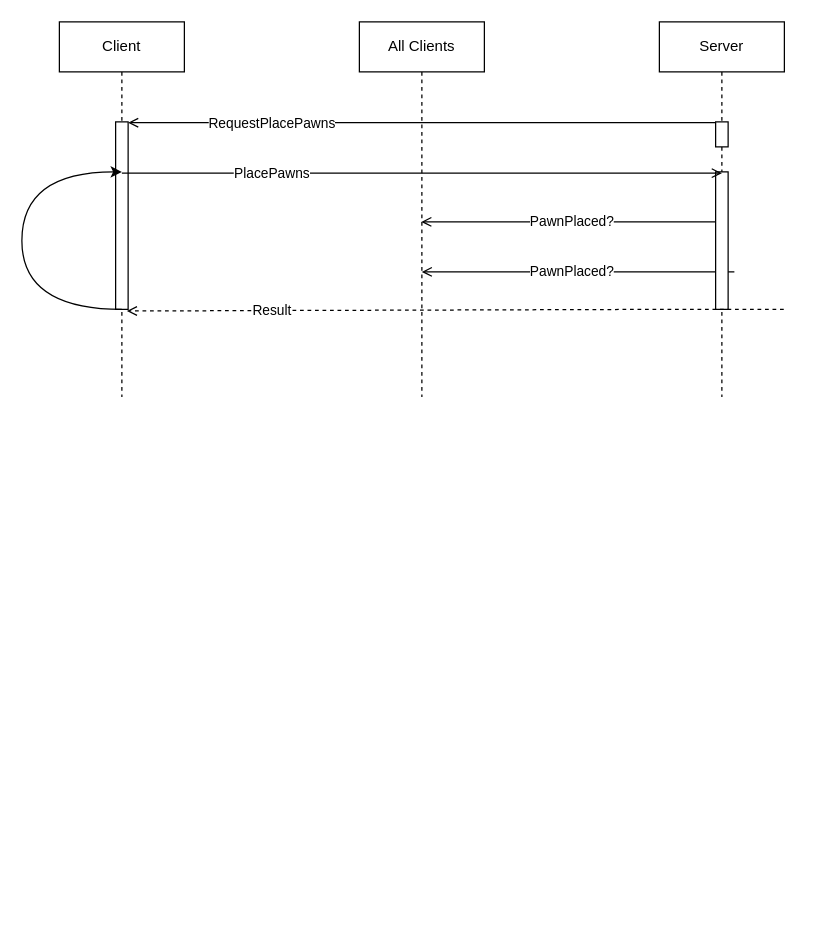
imDema/ing-sw-2020-Centurelli-DeMartini-Deori keeps this draw.io diagram as page "Page-2" (2 of 4) of uml/communication.drawio. Above is the earlier version. Source tidied: cells renumbered, new cells numbered last; positions are measured from the earlier drawing's top-left corner, leaving out a move shared by most shapes. Both pictures are drawn from the tidied source at 125%, with x=0, y=0 at pixel (21, 21).
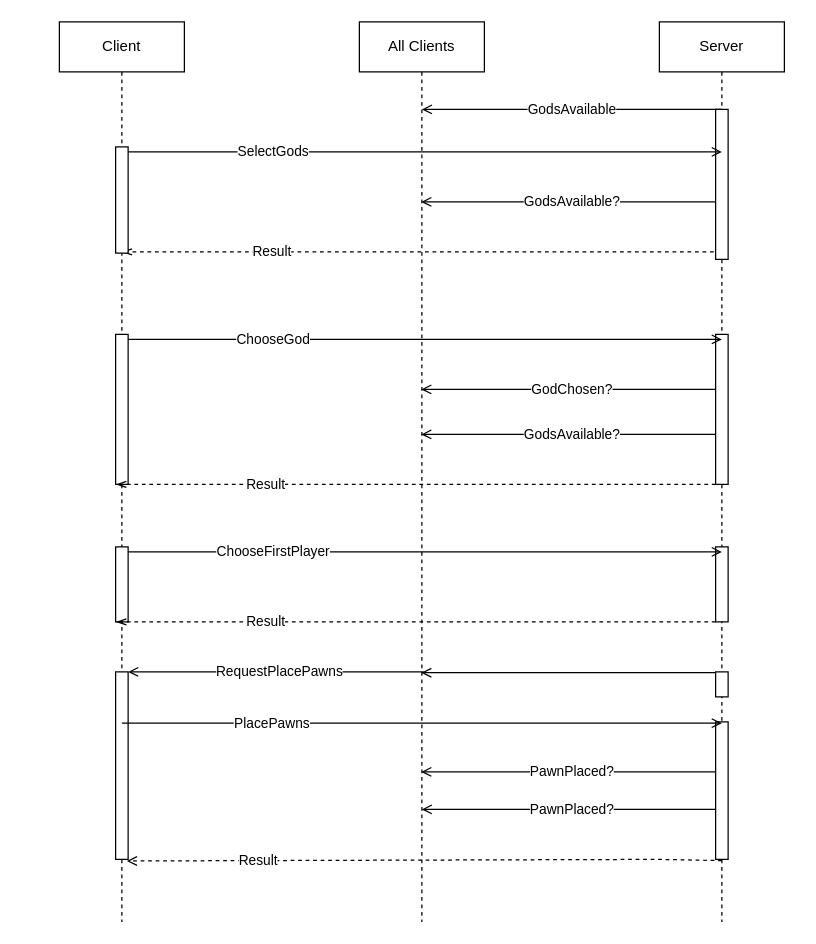
The same diagram, later.

What changed in the source:
```diff
@@
-    <mxCell id="2" value="PawnPlaced?" style="edgeStyle=none;rounded=0;jettySize=auto;html=1;endArrow=open;endFill=0;" parent="1" edge="1" target="11">
+    <mxCell id="2" value="PawnPlaced?" style="edgeStyle=none;rounded=0;orthogonalLoop=1;jettySize=auto;html=1;endArrow=open;endFill=0;" parent="1" edge="1">
       <mxGeometry relative="1" as="geometry">
-        <mxPoint x="560" y="160" as="sourcePoint" />
+        <mxPoint x="560" y="600" as="sourcePoint" />
+        <mxPoint x="319.5" y="600" as="targetPoint" />
       </mxGeometry>
     </mxCell>
     <mxCell id="3" value="PawnPlaced?" style="edgeStyle=none;rounded=0;orthogonalLoop=1;jettySize=auto;html=1;endArrow=open;endFill=0;" parent="1" edge="1">
-      <mxGeometry x="0.08" relative="1" as="geometry">
-        <mxPoint x="560" y="200" as="sourcePoint" />
-        <mxPoint x="319.9" y="200" as="targetPoint" />
-        <Array as="points">
-          <mxPoint x="570" y="200" />
-        </Array>
+      <mxGeometry relative="1" as="geometry">
+        <mxPoint x="560" y="630" as="sourcePoint" />
+        <mxPoint x="319.9" y="630" as="targetPoint" />
       </mxGeometry>
     </mxCell>
-    <mxCell id="4" value="RequestPlacePawns" style="edgeStyle=none;rounded=0;jettySize=auto;html=1;endArrow=open;endFill=0;exitX=0.1;exitY=0.033;exitDx=0;exitDy=0;exitPerimeter=0;" parent="1" edge="1" source="9" target="6">
-      <mxGeometry x="0.51" relative="1" as="geometry" />
+    <mxCell id="4" style="edgeStyle=none;rounded=0;jettySize=auto;html=1;endArrow=open;endFill=0;exitX=0.1;exitY=0.033;exitDx=0;exitDy=0;exitPerimeter=0;" parent="1" edge="1" source="9" target="11">
+      <mxGeometry x="-0.02" relative="1" as="geometry" />
     </mxCell>
     <mxCell id="5" value="Client" style="shape=umlLifeline;perimeter=lifelinePerimeter;whiteSpace=wrap;html=1;" parent="1" vertex="1">
-      <mxGeometry x="30" width="100" height="300" as="geometry" />
+      <mxGeometry x="30" width="100" height="720" as="geometry" />
     </mxCell>
     <mxCell id="6" style="html=1;points=[];perimeter=orthogonalPerimeter;" parent="5" vertex="1">
-      <mxGeometry x="45" y="80" width="10" height="150" as="geometry" />
+      <mxGeometry x="45" y="520" width="10" height="150" as="geometry" />
     </mxCell>
-    <mxCell id="7" style="endArrow=classic;html=1;edgeStyle=elbowEdgeStyle;curved=1;" parent="5" edge="1">
-      <mxGeometry relative="1" as="geometry">
-        <mxPoint x="50" y="230" as="sourcePoint" />
-        <mxPoint x="50" y="120" as="targetPoint" />
-        <Array as="points">
-          <mxPoint x="-30" y="180" />
-        </Array>
-      </mxGeometry>
-    </mxCell>
     <mxCell id="8" value="Server&lt;br&gt;" style="shape=umlLifeline;perimeter=lifelinePerimeter;whiteSpace=wrap;html=1;" parent="1" vertex="1">
-      <mxGeometry x="510" width="100" height="300" as="geometry" />
+      <mxGeometry x="510" width="100" height="720" as="geometry" />
     </mxCell>
     <mxCell id="9" style="html=1;points=[];perimeter=orthogonalPerimeter;" parent="8" vertex="1">
-      <mxGeometry x="45" y="80" width="10" height="20" as="geometry" />
+      <mxGeometry x="45" y="520" width="10" height="20" as="geometry" />
     </mxCell>
     <mxCell id="10" style="html=1;perimeter=orthogonalPerimeter;" parent="8" vertex="1">
-      <mxGeometry x="45" y="120" width="10" height="110" as="geometry" />
+      <mxGeometry x="45" y="560" width="10" height="110" as="geometry" />
     </mxCell>
     <mxCell id="11" value="All Clients" style="shape=umlLifeline;perimeter=lifelinePerimeter;whiteSpace=wrap;html=1;outlineConnect=0;" parent="1" vertex="1">
-      <mxGeometry x="270" width="100" height="300" as="geometry" />
+      <mxGeometry x="270" width="100" height="720" as="geometry" />
     </mxCell>
     <mxCell id="12" value="Result" style="edgeStyle=none;rounded=0;orthogonalLoop=1;jettySize=auto;html=1;dashed=1;endArrow=open;endFill=0;entryX=0.9;entryY=0.043;entryDx=0;entryDy=0;entryPerimeter=0;" parent="1" edge="1">
       <mxGeometry x="0.56" relative="1" as="geometry">
-        <mxPoint x="609.5" y="230" as="sourcePoint" />
-        <mxPoint x="84" y="231.3" as="targetPoint" />
+        <mxPoint x="560" y="671" as="sourcePoint" />
+        <mxPoint x="84" y="671.3" as="targetPoint" />
         <Array as="points">
-          <mxPoint x="510" y="230" />
+          <mxPoint x="510" y="670" />
         </Array>
       </mxGeometry>
     </mxCell>
     <mxCell id="13" value="PlacePawns" style="edgeStyle=none;rounded=0;orthogonalLoop=1;jettySize=auto;html=1;endArrow=open;endFill=0;" parent="1" edge="1">
       <mxGeometry x="-0.5" relative="1" as="geometry">
-        <mxPoint x="80" y="121" as="sourcePoint" />
-        <mxPoint x="560" y="121" as="targetPoint" />
+        <mxPoint x="80" y="561" as="sourcePoint" />
+        <mxPoint x="560" y="561" as="targetPoint" />
       </mxGeometry>
     </mxCell>
+    <mxCell id="14" value="GodsAvailable?" style="edgeStyle=none;rounded=0;orthogonalLoop=1;jettySize=auto;html=1;endArrow=open;endFill=0;" parent="1" edge="1">
+      <mxGeometry x="0.24" relative="1" as="geometry">
+        <mxPoint x="474.5" y="330" as="sourcePoint" />
+        <mxPoint x="319.5" y="330" as="targetPoint" />
+        <Array as="points">
+          <mxPoint x="555" y="330" />
+        </Array>
+      </mxGeometry>
+    </mxCell>
+    <mxCell id="15" value="GodChosen?" style="edgeStyle=none;rounded=0;orthogonalLoop=1;jettySize=auto;html=1;endArrow=open;endFill=0;" parent="1" edge="1">
+      <mxGeometry x="0.25" relative="1" as="geometry">
+        <mxPoint x="480" y="294" as="sourcePoint" />
+        <mxPoint x="319.5" y="294" as="targetPoint" />
+        <Array as="points">
+          <mxPoint x="560" y="294" />
+        </Array>
+      </mxGeometry>
+    </mxCell>
+    <mxCell id="16" style="html=1;perimeter=orthogonalPerimeter;" parent="1" vertex="1">
+      <mxGeometry x="555" y="250" width="10" height="120" as="geometry" />
+    </mxCell>
+    <mxCell id="17" value="ChooseGod" style="rounded=0;orthogonalLoop=1;jettySize=auto;html=1;endArrow=open;endFill=0;" parent="1" edge="1">
+      <mxGeometry x="-0.51" relative="1" as="geometry">
+        <mxPoint x="84.5" y="254" as="sourcePoint" />
+        <mxPoint x="560" y="254" as="targetPoint" />
+      </mxGeometry>
+    </mxCell>
+    <mxCell id="18" style="html=1;perimeter=orthogonalPerimeter;" parent="1" vertex="1">
+      <mxGeometry x="75" y="250" width="10" height="120" as="geometry" />
+    </mxCell>
+    <mxCell id="19" value="GodsAvailable" style="edgeStyle=none;rounded=0;orthogonalLoop=1;jettySize=auto;html=1;endArrow=open;endFill=0;" parent="1" edge="1">
+      <mxGeometry relative="1" as="geometry">
+        <mxPoint x="560" y="70" as="sourcePoint" />
+        <mxPoint x="320" y="70" as="targetPoint" />
+      </mxGeometry>
+    </mxCell>
+    <mxCell id="20" value="Result" style="rounded=0;orthogonalLoop=1;jettySize=auto;html=1;endArrow=openThin;endFill=0;dashed=1;" parent="1" edge="1">
+      <mxGeometry x="0.5" relative="1" as="geometry">
+        <mxPoint x="559.5" y="184" as="sourcePoint" />
+        <mxPoint x="80" y="184" as="targetPoint" />
+      </mxGeometry>
+    </mxCell>
+    <mxCell id="21" value="GodsAvailable?" style="edgeStyle=none;rounded=0;orthogonalLoop=1;jettySize=auto;html=1;endArrow=open;endFill=0;" parent="1" edge="1">
+      <mxGeometry x="0.25" relative="1" as="geometry">
+        <mxPoint x="480" y="144" as="sourcePoint" />
+        <mxPoint x="319.5" y="144" as="targetPoint" />
+        <Array as="points">
+          <mxPoint x="560" y="144" />
+        </Array>
+      </mxGeometry>
+    </mxCell>
+    <mxCell id="22" style="html=1;perimeter=orthogonalPerimeter;" parent="1" vertex="1">
+      <mxGeometry x="555" y="70" width="10" height="120" as="geometry" />
+    </mxCell>
+    <mxCell id="23" value="SelectGods" style="rounded=0;orthogonalLoop=1;jettySize=auto;html=1;endArrow=open;endFill=0;" parent="1" edge="1">
+      <mxGeometry x="-0.51" relative="1" as="geometry">
+        <mxPoint x="84.5" y="104" as="sourcePoint" />
+        <mxPoint x="560" y="104" as="targetPoint" />
+      </mxGeometry>
+    </mxCell>
+    <mxCell id="24" style="html=1;perimeter=orthogonalPerimeter;" parent="1" vertex="1">
+      <mxGeometry x="75" y="100" width="10" height="85" as="geometry" />
+    </mxCell>
+    <mxCell id="25" value="Result" style="rounded=0;orthogonalLoop=1;jettySize=auto;html=1;endArrow=openThin;endFill=0;dashed=1;" parent="1" edge="1">
+      <mxGeometry x="0.5" relative="1" as="geometry">
+        <mxPoint x="555" y="370" as="sourcePoint" />
+        <mxPoint x="75.5" y="370" as="targetPoint" />
+      </mxGeometry>
+    </mxCell>
+    <mxCell id="26" style="html=1;perimeter=orthogonalPerimeter;" parent="1" vertex="1">
+      <mxGeometry x="555" y="420" width="10" height="60" as="geometry" />
+    </mxCell>
+    <mxCell id="27" value="ChooseFirstPlayer" style="rounded=0;orthogonalLoop=1;jettySize=auto;html=1;endArrow=open;endFill=0;" parent="1" edge="1">
+      <mxGeometry x="-0.51" relative="1" as="geometry">
+        <mxPoint x="84.5" y="424" as="sourcePoint" />
+        <mxPoint x="560" y="424" as="targetPoint" />
+      </mxGeometry>
+    </mxCell>
+    <mxCell id="28" style="html=1;perimeter=orthogonalPerimeter;" parent="1" vertex="1">
+      <mxGeometry x="75" y="420" width="10" height="60" as="geometry" />
+    </mxCell>
+    <mxCell id="29" value="Result" style="rounded=0;orthogonalLoop=1;jettySize=auto;html=1;endArrow=openThin;endFill=0;dashed=1;" parent="1" edge="1">
+      <mxGeometry x="0.5" relative="1" as="geometry">
+        <mxPoint x="555" y="480" as="sourcePoint" />
+        <mxPoint x="75.5" y="480" as="targetPoint" />
+      </mxGeometry>
+    </mxCell>
+    <mxCell id="30" value="RequestPlacePawns" style="edgeStyle=none;rounded=0;orthogonalLoop=1;jettySize=auto;html=1;endArrow=open;endFill=0;exitX=0.1;exitY=0.033;exitDx=0;exitDy=0;exitPerimeter=0;" parent="1" edge="1">
+      <mxGeometry x="-0.02" relative="1" as="geometry">
+        <mxPoint x="321.5" y="520" as="sourcePoint" />
+        <mxPoint x="85" y="520" as="targetPoint" />
+      </mxGeometry>
+    </mxCell>
```
